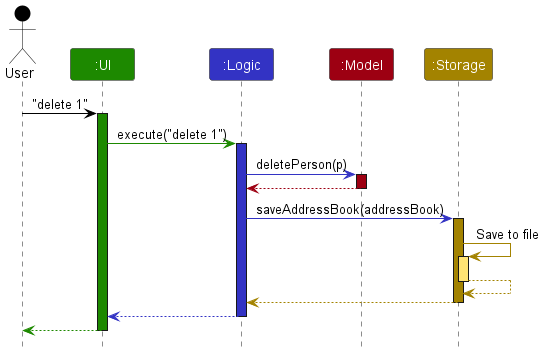
The PlantUML diagram docs/images/ArchitectureSequenceDiagram.png in nus-cs2103-AY2324S2/tp, before a commit.
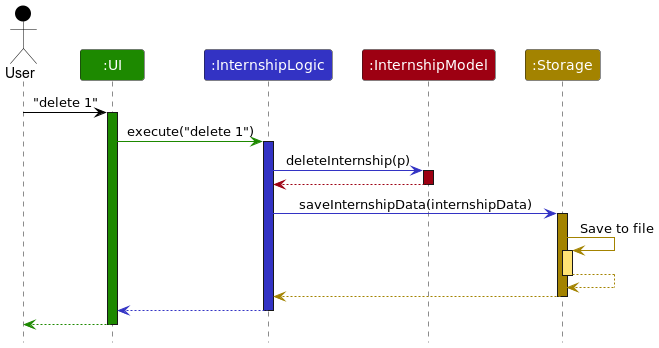
The same diagram one commit later.

Commit message:
Update diagrams, fix internal links in Architecture section

What changed in the source:
```diff
@@ -4,8 +4,8 @@
 
 Actor User as user USER_COLOR
 Participant ":UI" as ui UI_COLOR
-Participant ":Logic" as logic LOGIC_COLOR
-Participant ":Model" as model MODEL_COLOR
+Participant ":InternshipLogic" as logic LOGIC_COLOR
+Participant ":InternshipModel" as model MODEL_COLOR
 Participant ":Storage" as storage STORAGE_COLOR
 
 user -[USER_COLOR]> ui : "delete 1"
@@ -14,13 +14,13 @@
 ui -[UI_COLOR]> logic : execute("delete 1")
 activate logic LOGIC_COLOR
 
-logic -[LOGIC_COLOR]> model : deletePerson(p)
+logic -[LOGIC_COLOR]> model : deleteInternship(p)
 activate model MODEL_COLOR
 
 model -[MODEL_COLOR]-> logic
 deactivate model
 
-logic -[LOGIC_COLOR]> storage : saveAddressBook(addressBook)
+logic -[LOGIC_COLOR]> storage : saveInternshipData(internshipData)
 activate storage STORAGE_COLOR
 
 storage -[STORAGE_COLOR]> storage : Save to file
```
